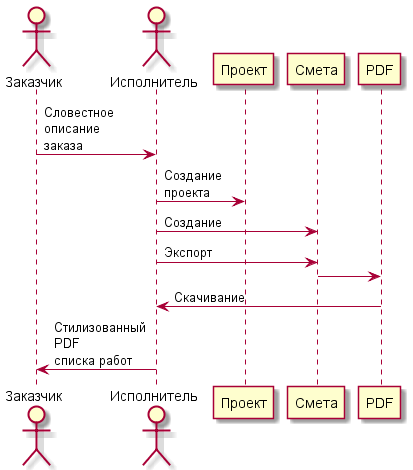
Before: 6/uml/SequencePDF.png, a diagram exported from PlantUML (mrr000/gb_module2).
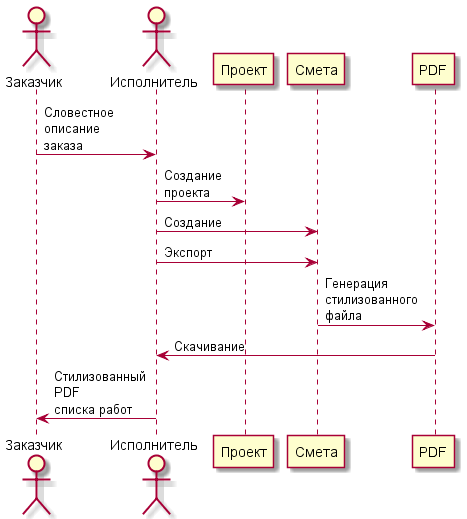
Above is the later version.

Commit message:
update sequence diagram

The edit, as a diff of the source:
```diff
@@ -7,7 +7,7 @@
 master->Проект: Создание\nпроекта
 master->Смета: Создание
 master->Смета: Экспорт
-Смета->PDF
+Смета->PDF: Генерация\nстилизованного\nфайла
 master<-PDF: Скачивание
 master -> customer: Стилизованный \nPDF\nсписка работ
 
```
